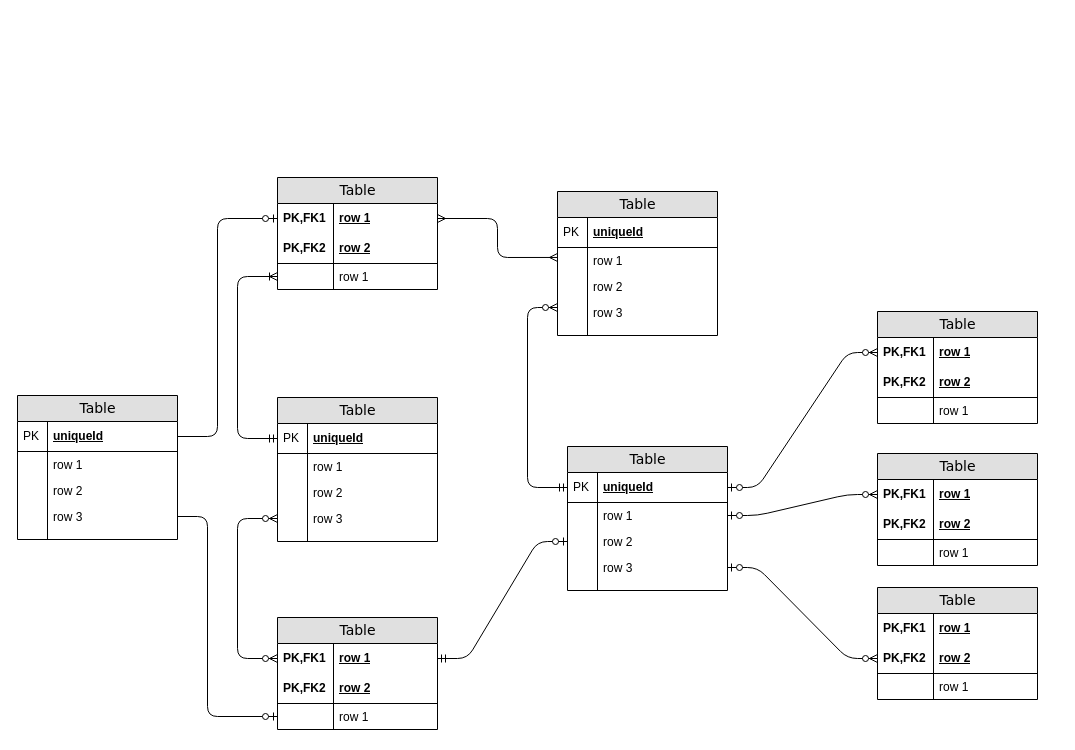
chiahxuan/chiahxuan keeps this draw.io diagram as Untitled Diagram.drawio. Above is the earlier version. Source tidied: cells renumbered, new cells numbered last; positions are measured from the earlier drawing's top-left corner, leaving out a move shared by most shapes. Both pictures are drawn from the tidied source at 100%, with x=0, y=0 at pixel (17, 177).
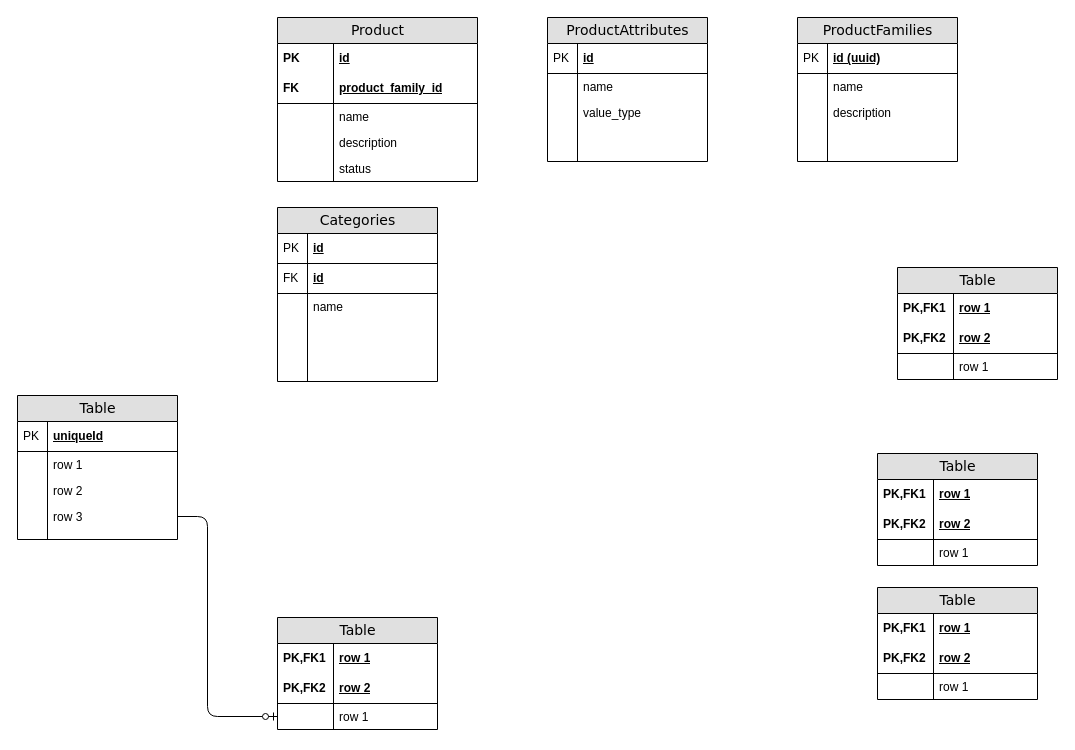
Above is the later version.

Unchanged cells that the change refers to:
```xml
<mxCell id="43" value="row 1" style="shape=partialRectangle;top=0;left=0;right=0;bottom=0;html=1;align=left;verticalAlign=middle;fillColor=none;spacingLeft=60;spacingRight=4;whiteSpace=wrap;overflow=hidden;points=[[0,0.5],[1,0.5]];portConstraint=eastwest;fontStyle=5;" parent="42" vertex="1">
  <mxGeometry y="26" width="160" height="30" as="geometry" />
</mxCell>
<mxCell id="50" value="row 1" style="shape=partialRectangle;top=0;left=0;right=0;bottom=0;html=1;align=left;verticalAlign=middle;fillColor=none;spacingLeft=60;spacingRight=4;whiteSpace=wrap;overflow=hidden;points=[[0,0.5],[1,0.5]];portConstraint=eastwest;fontStyle=5;" parent="49" vertex="1">
  <mxGeometry y="26" width="160" height="30" as="geometry" />
</mxCell>
<mxCell id="63" value="row 1" style="shape=partialRectangle;top=0;left=0;right=0;bottom=0;html=1;align=left;verticalAlign=middle;fillColor=none;spacingLeft=60;spacingRight=4;whiteSpace=wrap;overflow=hidden;points=[[0,0.5],[1,0.5]];portConstraint=eastwest;fontStyle=5;" parent="62" vertex="1">
  <mxGeometry y="26" width="160" height="30" as="geometry" />
</mxCell>
<mxCell id="72" value="row 2" style="shape=partialRectangle;top=0;left=0;right=0;bottom=1;html=1;align=left;verticalAlign=middle;fillColor=none;spacingLeft=60;spacingRight=4;whiteSpace=wrap;overflow=hidden;points=[[0,0.5],[1,0.5]];portConstraint=eastwest;fontStyle=5;" parent="69" vertex="1">
  <mxGeometry y="56" width="160" height="30" as="geometry" />
</mxCell>
<mxCell id="79" value="uniqueId" style="shape=partialRectangle;top=0;left=0;right=0;bottom=1;html=1;align=left;verticalAlign=middle;fillColor=none;spacingLeft=34;spacingRight=4;whiteSpace=wrap;overflow=hidden;points=[[0,0.5],[1,0.5]];portConstraint=eastwest;fontStyle=5;" parent="78" vertex="1">
  <mxGeometry y="26" width="160" height="30" as="geometry" />
</mxCell>
```

The edit, as a diff of the source:
```diff
@@
-    <mxCell id="2" value="Table" style="swimlane;html=1;fontStyle=0;horizontal=1;startSize=26;fillColor=#e0e0e0;swimlaneFillColor=#ffffff;align=center;rounded=0;shadow=0;comic=0;labelBackgroundColor=none;strokeWidth=1;fontFamily=Verdana;fontSize=14;" parent="1" vertex="1">
-      <mxGeometry x="260" width="160" height="112" as="geometry" />
+    <mxCell id="2" value="Product" style="swimlane;html=1;fontStyle=0;horizontal=1;startSize=26;fillColor=#e0e0e0;swimlaneFillColor=#ffffff;align=center;rounded=0;shadow=0;comic=0;labelBackgroundColor=none;strokeWidth=1;fontFamily=Verdana;fontSize=14;" parent="1" vertex="1">
+      <mxGeometry x="260" y="-160" width="200" height="164" as="geometry" />
     </mxCell>
-    <mxCell id="3" value="row 1" style="shape=partialRectangle;top=0;left=0;right=0;bottom=0;html=1;align=left;verticalAlign=middle;fillColor=none;spacingLeft=60;spacingRight=4;whiteSpace=wrap;overflow=hidden;points=[[0,0.5],[1,0.5]];portConstraint=eastwest;fontStyle=5;" parent="2" vertex="1">
-      <mxGeometry y="26" width="160" height="30" as="geometry" />
+    <mxCell id="3" value="id" style="shape=partialRectangle;top=0;left=0;right=0;bottom=0;html=1;align=left;verticalAlign=middle;fillColor=none;spacingLeft=60;spacingRight=4;whiteSpace=wrap;overflow=hidden;points=[[0,0.5],[1,0.5]];portConstraint=eastwest;fontStyle=5;" parent="2" vertex="1">
+      <mxGeometry y="26" width="200" height="30" as="geometry" />
     </mxCell>
-    <mxCell id="4" value="PK,FK1" style="shape=partialRectangle;fontStyle=1;top=0;left=0;bottom=0;html=1;fillColor=none;align=left;verticalAlign=middle;spacingLeft=4;spacingRight=4;whiteSpace=wrap;overflow=hidden;" parent="3" vertex="1">
+    <mxCell id="4" value="PK" style="shape=partialRectangle;fontStyle=1;top=0;left=0;bottom=0;html=1;fillColor=none;align=left;verticalAlign=middle;spacingLeft=4;spacingRight=4;whiteSpace=wrap;overflow=hidden;" parent="3" vertex="1">
       <mxGeometry width="56" height="30" as="geometry" />
     </mxCell>
-    <mxCell id="5" value="row 2" style="shape=partialRectangle;top=0;left=0;right=0;bottom=1;html=1;align=left;verticalAlign=middle;fillColor=none;spacingLeft=60;spacingRight=4;whiteSpace=wrap;overflow=hidden;fontStyle=5;" parent="2" vertex="1">
-      <mxGeometry y="56" width="160" height="30" as="geometry" />
+    <mxCell id="5" value="product_family_id" style="shape=partialRectangle;top=0;left=0;right=0;bottom=1;html=1;align=left;verticalAlign=middle;fillColor=none;spacingLeft=60;spacingRight=4;whiteSpace=wrap;overflow=hidden;fontStyle=5;" parent="2" vertex="1">
+      <mxGeometry y="56" width="200" height="30" as="geometry" />
     </mxCell>
-    <mxCell id="6" value="PK,FK2" style="shape=partialRectangle;fontStyle=1;top=0;left=0;bottom=0;html=1;fillColor=none;align=left;verticalAlign=middle;spacingLeft=4;spacingRight=4;whiteSpace=wrap;overflow=hidden;" parent="5" vertex="1">
+    <mxCell id="6" value="FK" style="shape=partialRectangle;fontStyle=1;top=0;left=0;bottom=0;html=1;fillColor=none;align=left;verticalAlign=middle;spacingLeft=4;spacingRight=4;whiteSpace=wrap;overflow=hidden;" parent="5" vertex="1">
       <mxGeometry width="56" height="30" as="geometry" />
     </mxCell>
-    <mxCell id="7" value="row 1" style="shape=partialRectangle;top=0;left=0;right=0;bottom=0;html=1;align=left;verticalAlign=top;fillColor=none;spacingLeft=60;spacingRight=4;whiteSpace=wrap;overflow=hidden;points=[[0,0.5],[1,0.5]];portConstraint=eastwest;" parent="2" vertex="1">
-      <mxGeometry y="86" width="160" height="26" as="geometry" />
+    <mxCell id="7" value="name" style="shape=partialRectangle;top=0;left=0;right=0;bottom=0;html=1;align=left;verticalAlign=top;fillColor=none;spacingLeft=60;spacingRight=4;whiteSpace=wrap;overflow=hidden;points=[[0,0.5],[1,0.5]];portConstraint=eastwest;" parent="2" vertex="1">
+      <mxGeometry y="86" width="200" height="26" as="geometry" />
     </mxCell>
@@
+    <mxCell id="91" value="description" style="shape=partialRectangle;top=0;left=0;right=0;bottom=0;html=1;align=left;verticalAlign=top;fillColor=none;spacingLeft=60;spacingRight=4;whiteSpace=wrap;overflow=hidden;" parent="2" vertex="1">
+      <mxGeometry y="112" width="200" height="26" as="geometry" />
+    </mxCell>
+    <mxCell id="92" style="shape=partialRectangle;top=0;left=0;bottom=0;html=1;fillColor=none;align=left;verticalAlign=top;spacingLeft=4;spacingRight=4;whiteSpace=wrap;overflow=hidden;" parent="91" vertex="1">
+      <mxGeometry width="56" height="26" as="geometry" />
+    </mxCell>
+    <mxCell id="93" value="status" style="shape=partialRectangle;top=0;left=0;right=0;bottom=0;html=1;align=left;verticalAlign=top;fillColor=none;spacingLeft=60;spacingRight=4;whiteSpace=wrap;overflow=hidden;" parent="2" vertex="1">
+      <mxGeometry y="138" width="200" height="26" as="geometry" />
+    </mxCell>
+    <mxCell id="94" style="shape=partialRectangle;top=0;left=0;bottom=0;html=1;fillColor=none;align=left;verticalAlign=top;spacingLeft=4;spacingRight=4;whiteSpace=wrap;overflow=hidden;" parent="93" vertex="1">
+      <mxGeometry width="56" height="26" as="geometry" />
+    </mxCell>
-    <mxCell id="9" value="Table" style="swimlane;html=1;fontStyle=0;horizontal=1;startSize=26;fillColor=#e0e0e0;swimlaneFillColor=#ffffff;align=center;rounded=0;shadow=0;comic=0;labelBackgroundColor=none;strokeWidth=1;fontFamily=Verdana;fontSize=14;swimlaneLine=1;" parent="1" vertex="1">
-      <mxGeometry x="540" y="14" width="160" height="144" as="geometry" />
+    <mxCell id="9" value="ProductAttributes" style="swimlane;html=1;fontStyle=0;horizontal=1;startSize=26;fillColor=#e0e0e0;swimlaneFillColor=#ffffff;align=center;rounded=0;shadow=0;comic=0;labelBackgroundColor=none;strokeWidth=1;fontFamily=Verdana;fontSize=14;swimlaneLine=1;" parent="1" vertex="1">
+      <mxGeometry x="530" y="-160" width="160" height="144" as="geometry" />
     </mxCell>
-    <mxCell id="10" value="uniqueId" style="shape=partialRectangle;top=0;left=0;right=0;bottom=1;html=1;align=left;verticalAlign=middle;fillColor=none;spacingLeft=34;spacingRight=4;whiteSpace=wrap;overflow=hidden;fontStyle=5;" parent="9" vertex="1">
+    <mxCell id="10" value="id" style="shape=partialRectangle;top=0;left=0;right=0;bottom=1;html=1;align=left;verticalAlign=middle;fillColor=none;spacingLeft=34;spacingRight=4;whiteSpace=wrap;overflow=hidden;fontStyle=5;" parent="9" vertex="1">
       <mxGeometry y="26" width="160" height="30" as="geometry" />
     </mxCell>
@@
-    <mxCell id="12" value="row 1" style="shape=partialRectangle;top=0;left=0;right=0;bottom=0;html=1;align=left;verticalAlign=top;fillColor=none;spacingLeft=34;spacingRight=4;whiteSpace=wrap;overflow=hidden;points=[[0,0.5],[1,0.5]];portConstraint=eastwest;" parent="9" vertex="1">
+    <mxCell id="12" value="name" style="shape=partialRectangle;top=0;left=0;right=0;bottom=0;html=1;align=left;verticalAlign=top;fillColor=none;spacingLeft=34;spacingRight=4;whiteSpace=wrap;overflow=hidden;points=[[0,0.5],[1,0.5]];portConstraint=eastwest;" parent="9" vertex="1">
       <mxGeometry y="56" width="160" height="26" as="geometry" />
     </mxCell>
@@
-    <mxCell id="14" value="row 2" style="shape=partialRectangle;top=0;left=0;right=0;bottom=0;html=1;align=left;verticalAlign=top;fillColor=none;spacingLeft=34;spacingRight=4;whiteSpace=wrap;overflow=hidden;" parent="9" vertex="1">
+    <mxCell id="14" value="value_type" style="shape=partialRectangle;top=0;left=0;right=0;bottom=0;html=1;align=left;verticalAlign=top;fillColor=none;spacingLeft=34;spacingRight=4;whiteSpace=wrap;overflow=hidden;" parent="9" vertex="1">
       <mxGeometry y="82" width="160" height="26" as="geometry" />
     </mxCell>
@@
-    <mxCell id="16" value="row 3" style="shape=partialRectangle;top=0;left=0;right=0;bottom=0;html=1;align=left;verticalAlign=top;fillColor=none;spacingLeft=34;spacingRight=4;whiteSpace=wrap;overflow=hidden;points=[[0,0.5],[1,0.5]];portConstraint=eastwest;" parent="9" vertex="1">
+    <mxCell id="16" style="shape=partialRectangle;top=0;left=0;right=0;bottom=0;html=1;align=left;verticalAlign=top;fillColor=none;spacingLeft=34;spacingRight=4;whiteSpace=wrap;overflow=hidden;points=[[0,0.5],[1,0.5]];portConstraint=eastwest;" parent="9" vertex="1">
       <mxGeometry y="108" width="160" height="26" as="geometry" />
     </mxCell>
@@
-    <mxCell id="20" value="Table" style="swimlane;html=1;fontStyle=0;horizontal=1;startSize=26;fillColor=#e0e0e0;swimlaneFillColor=#ffffff;align=center;rounded=0;shadow=0;comic=0;labelBackgroundColor=none;strokeWidth=1;fontFamily=Verdana;fontSize=14;" parent="1" vertex="1">
-      <mxGeometry x="260" y="220" width="160" height="144" as="geometry" />
+    <mxCell id="20" value="Categories" style="swimlane;html=1;fontStyle=0;horizontal=1;startSize=26;fillColor=#e0e0e0;swimlaneFillColor=#ffffff;align=center;rounded=0;shadow=0;comic=0;labelBackgroundColor=none;strokeWidth=1;fontFamily=Verdana;fontSize=14;" parent="1" vertex="1">
+      <mxGeometry x="260" y="30" width="160" height="174" as="geometry" />
     </mxCell>
-    <mxCell id="21" value="uniqueId" style="shape=partialRectangle;top=0;left=0;right=0;bottom=1;html=1;align=left;verticalAlign=middle;fillColor=none;spacingLeft=34;spacingRight=4;whiteSpace=wrap;overflow=hidden;points=[[0,0.5],[1,0.5]];portConstraint=eastwest;fontStyle=5;" parent="20" vertex="1">
+    <mxCell id="21" value="id" style="shape=partialRectangle;top=0;left=0;right=0;bottom=1;html=1;align=left;verticalAlign=middle;fillColor=none;spacingLeft=34;spacingRight=4;whiteSpace=wrap;overflow=hidden;points=[[0,0.5],[1,0.5]];portConstraint=eastwest;fontStyle=5;" parent="20" vertex="1">
       <mxGeometry y="26" width="160" height="30" as="geometry" />
     </mxCell>
@@
+    <mxCell id="95" value="id" style="shape=partialRectangle;top=0;left=0;right=0;bottom=1;html=1;align=left;verticalAlign=middle;fillColor=none;spacingLeft=34;spacingRight=4;whiteSpace=wrap;overflow=hidden;fontStyle=5;" parent="20" vertex="1">
+      <mxGeometry y="56" width="160" height="30" as="geometry" />
+    </mxCell>
+    <mxCell id="96" value="FK" style="shape=partialRectangle;top=0;left=0;bottom=0;html=1;fillColor=none;align=left;verticalAlign=middle;spacingLeft=4;spacingRight=4;whiteSpace=wrap;overflow=hidden;" parent="95" vertex="1">
+      <mxGeometry width="30" height="30" as="geometry" />
+    </mxCell>
-    <mxCell id="23" value="row 1" style="shape=partialRectangle;top=0;left=0;right=0;bottom=0;html=1;align=left;verticalAlign=top;fillColor=none;spacingLeft=34;spacingRight=4;whiteSpace=wrap;overflow=hidden;" parent="20" vertex="1">
-      <mxGeometry y="56" width="160" height="26" as="geometry" />
+    <mxCell id="23" value="name" style="shape=partialRectangle;top=0;left=0;right=0;bottom=0;html=1;align=left;verticalAlign=top;fillColor=none;spacingLeft=34;spacingRight=4;whiteSpace=wrap;overflow=hidden;" parent="20" vertex="1">
+      <mxGeometry y="86" width="160" height="26" as="geometry" />
     </mxCell>
@@
-    <mxCell id="25" value="row 2" style="shape=partialRectangle;top=0;left=0;right=0;bottom=0;html=1;align=left;verticalAlign=top;fillColor=none;spacingLeft=34;spacingRight=4;whiteSpace=wrap;overflow=hidden;" parent="20" vertex="1">
-      <mxGeometry y="82" width="160" height="26" as="geometry" />
+    <mxCell id="25" style="shape=partialRectangle;top=0;left=0;right=0;bottom=0;html=1;align=left;verticalAlign=top;fillColor=none;spacingLeft=34;spacingRight=4;whiteSpace=wrap;overflow=hidden;" parent="20" vertex="1">
+      <mxGeometry y="112" width="160" height="26" as="geometry" />
     </mxCell>
@@
-    <mxCell id="27" value="row 3" style="shape=partialRectangle;top=0;left=0;right=0;bottom=0;html=1;align=left;verticalAlign=top;fillColor=none;spacingLeft=34;spacingRight=4;whiteSpace=wrap;overflow=hidden;points=[[0,0.5],[1,0.5]];portConstraint=eastwest;" parent="20" vertex="1">
-      <mxGeometry y="108" width="160" height="26" as="geometry" />
+    <mxCell id="27" style="shape=partialRectangle;top=0;left=0;right=0;bottom=0;html=1;align=left;verticalAlign=top;fillColor=none;spacingLeft=34;spacingRight=4;whiteSpace=wrap;overflow=hidden;points=[[0,0.5],[1,0.5]];portConstraint=eastwest;" parent="20" vertex="1">
+      <mxGeometry y="138" width="160" height="26" as="geometry" />
     </mxCell>
@@
     <mxCell id="29" style="shape=partialRectangle;top=0;left=0;right=0;bottom=0;html=1;align=left;verticalAlign=top;fillColor=none;spacingLeft=34;spacingRight=4;whiteSpace=wrap;overflow=hidden;" parent="20" vertex="1">
-      <mxGeometry y="134" width="160" height="10" as="geometry" />
+      <mxGeometry y="164" width="160" height="10" as="geometry" />
     </mxCell>
@@
-    <mxCell id="31" value="Table" style="swimlane;html=1;fontStyle=0;horizontal=1;startSize=26;fillColor=#e0e0e0;swimlaneFillColor=#ffffff;align=center;rounded=0;shadow=0;comic=0;labelBackgroundColor=none;strokeWidth=1;fontFamily=Verdana;fontSize=14;" parent="1" vertex="1">
-      <mxGeometry x="550" y="269" width="160" height="144" as="geometry" />
+    <mxCell id="31" value="ProductFamilies" style="swimlane;html=1;fontStyle=0;horizontal=1;startSize=26;fillColor=#e0e0e0;swimlaneFillColor=#ffffff;align=center;rounded=0;shadow=0;comic=0;labelBackgroundColor=none;strokeWidth=1;fontFamily=Verdana;fontSize=14;" parent="1" vertex="1">
+      <mxGeometry x="780" y="-160" width="160" height="144" as="geometry" />
     </mxCell>
-    <mxCell id="32" value="uniqueId" style="shape=partialRectangle;top=0;left=0;right=0;bottom=1;html=1;align=left;verticalAlign=middle;fillColor=none;spacingLeft=34;spacingRight=4;whiteSpace=wrap;overflow=hidden;points=[[0,0.5],[1,0.5]];portConstraint=eastwest;fontStyle=5;" parent="31" vertex="1">
+    <mxCell id="32" value="id (uuid)" style="shape=partialRectangle;top=0;left=0;right=0;bottom=1;html=1;align=left;verticalAlign=middle;fillColor=none;spacingLeft=34;spacingRight=4;whiteSpace=wrap;overflow=hidden;points=[[0,0.5],[1,0.5]];portConstraint=eastwest;fontStyle=5;" parent="31" vertex="1">
       <mxGeometry y="26" width="160" height="30" as="geometry" />
     </mxCell>
@@
-    <mxCell id="34" value="row 1" style="shape=partialRectangle;top=0;left=0;right=0;bottom=0;html=1;align=left;verticalAlign=top;fillColor=none;spacingLeft=34;spacingRight=4;whiteSpace=wrap;overflow=hidden;points=[[0,0.5],[1,0.5]];portConstraint=eastwest;" parent="31" vertex="1">
+    <mxCell id="34" value="name" style="shape=partialRectangle;top=0;left=0;right=0;bottom=0;html=1;align=left;verticalAlign=top;fillColor=none;spacingLeft=34;spacingRight=4;whiteSpace=wrap;overflow=hidden;points=[[0,0.5],[1,0.5]];portConstraint=eastwest;" parent="31" vertex="1">
       <mxGeometry y="56" width="160" height="26" as="geometry" />
     </mxCell>
@@
-    <mxCell id="36" value="row 2" style="shape=partialRectangle;top=0;left=0;right=0;bottom=0;html=1;align=left;verticalAlign=top;fillColor=none;spacingLeft=34;spacingRight=4;whiteSpace=wrap;overflow=hidden;points=[[0,0.5],[1,0.5]];portConstraint=eastwest;" parent="31" vertex="1">
+    <mxCell id="36" value="description" style="shape=partialRectangle;top=0;left=0;right=0;bottom=0;html=1;align=left;verticalAlign=top;fillColor=none;spacingLeft=34;spacingRight=4;whiteSpace=wrap;overflow=hidden;points=[[0,0.5],[1,0.5]];portConstraint=eastwest;" parent="31" vertex="1">
       <mxGeometry y="82" width="160" height="26" as="geometry" />
     </mxCell>
@@
-    <mxCell id="38" value="row 3" style="shape=partialRectangle;top=0;left=0;right=0;bottom=0;html=1;align=left;verticalAlign=top;fillColor=none;spacingLeft=34;spacingRight=4;whiteSpace=wrap;overflow=hidden;points=[[0,0.5],[1,0.5]];portConstraint=eastwest;" parent="31" vertex="1">
+    <mxCell id="38" style="shape=partialRectangle;top=0;left=0;right=0;bottom=0;html=1;align=left;verticalAlign=top;fillColor=none;spacingLeft=34;spacingRight=4;whiteSpace=wrap;overflow=hidden;points=[[0,0.5],[1,0.5]];portConstraint=eastwest;" parent="31" vertex="1">
       <mxGeometry y="108" width="160" height="26" as="geometry" />
     </mxCell>
@@
     <mxCell id="42" value="Table" style="swimlane;html=1;fontStyle=0;horizontal=1;startSize=26;fillColor=#e0e0e0;swimlaneFillColor=#ffffff;align=center;rounded=0;shadow=0;comic=0;labelBackgroundColor=none;strokeWidth=1;fontFamily=Verdana;fontSize=14;" parent="1" vertex="1">
-      <mxGeometry x="860" y="134" width="160" height="112" as="geometry" />
+      <mxGeometry x="880" y="90" width="160" height="112" as="geometry" />
     </mxCell>
@@
-    <mxCell id="56" style="edgeStyle=orthogonalEdgeStyle;html=1;endArrow=ERoneToMany;startArrow=ERmandOne;labelBackgroundColor=none;fontFamily=Verdana;fontSize=14;entryX=0;entryY=0.5;exitX=0;exitY=0.5;" parent="1" edge="1" source="21" target="7">
-      <mxGeometry relative="1" as="geometry">
-        <Array as="points">
-          <mxPoint x="220" y="261" />
-          <mxPoint x="220" y="99" />
-        </Array>
-      </mxGeometry>
-    </mxCell>
-    <mxCell id="57" style="edgeStyle=orthogonalEdgeStyle;html=1;endArrow=ERzeroToMany;endFill=1;startArrow=ERzeroToMany;labelBackgroundColor=none;fontFamily=Verdana;fontSize=14;entryX=0;entryY=0.5;exitX=0;exitY=0.5;" parent="1" edge="1" source="50" target="27">
-      <mxGeometry relative="1" as="geometry">
-        <Array as="points">
-          <mxPoint x="220" y="481" />
-          <mxPoint x="220" y="341" />
-        </Array>
-      </mxGeometry>
-    </mxCell>
-    <mxCell id="58" style="edgeStyle=orthogonalEdgeStyle;html=1;endArrow=ERmany;startArrow=ERmany;labelBackgroundColor=none;fontFamily=Verdana;fontSize=14;entryX=1;entryY=0.5;exitX=0;exitY=0.383;exitPerimeter=0;" parent="1" edge="1" source="12" target="3">
-      <mxGeometry relative="1" as="geometry">
-        <Array as="points">
-          <mxPoint x="480" y="80" />
-          <mxPoint x="480" y="41" />
-        </Array>
-      </mxGeometry>
-    </mxCell>
-    <mxCell id="59" style="edgeStyle=orthogonalEdgeStyle;html=1;endArrow=ERzeroToMany;startArrow=ERmandOne;labelBackgroundColor=none;fontFamily=Verdana;fontSize=14;entryX=0;entryY=0.308;entryPerimeter=0;exitX=0;exitY=0.5;" parent="1" edge="1" source="32" target="16">
-      <mxGeometry relative="1" as="geometry">
-        <Array as="points">
-          <mxPoint x="510" y="310" />
-          <mxPoint x="510" y="130" />
-        </Array>
-      </mxGeometry>
-    </mxCell>
-    <mxCell id="60" style="edgeStyle=entityRelationEdgeStyle;html=1;endArrow=ERzeroToOne;startArrow=ERmandOne;labelBackgroundColor=none;fontFamily=Verdana;fontSize=14;exitX=1;exitY=0.5;entryX=0;entryY=0.5;" parent="1" edge="1" source="50" target="36">
-      <mxGeometry relative="1" as="geometry" />
-    </mxCell>
-    <mxCell id="61" style="edgeStyle=entityRelationEdgeStyle;html=1;endArrow=ERzeroToMany;startArrow=ERzeroToOne;labelBackgroundColor=none;fontFamily=Verdana;fontSize=14;entryX=0;entryY=0.5;exitX=1;exitY=0.5;" parent="1" edge="1" source="32" target="43">
-      <mxGeometry relative="1" as="geometry" />
-    </mxCell>
@@
-    <mxCell id="76" style="edgeStyle=entityRelationEdgeStyle;html=1;endArrow=ERzeroToMany;startArrow=ERzeroToOne;labelBackgroundColor=none;fontFamily=Verdana;fontSize=14;entryX=0;entryY=0.5;exitX=1;exitY=0.5;" parent="1" edge="1" source="34" target="63">
-      <mxGeometry relative="1" as="geometry" />
-    </mxCell>
-    <mxCell id="77" style="edgeStyle=entityRelationEdgeStyle;html=1;endArrow=ERzeroToMany;startArrow=ERzeroToOne;labelBackgroundColor=none;fontFamily=Verdana;fontSize=14;entryX=0;entryY=0.5;exitX=1;exitY=0.5;" parent="1" edge="1" source="38" target="72">
-      <mxGeometry relative="1" as="geometry" />
-    </mxCell>
@@
-    <mxCell id="89" style="edgeStyle=orthogonalEdgeStyle;html=1;endArrow=ERzeroToOne;endFill=1;labelBackgroundColor=none;fontFamily=Verdana;fontSize=14;entryX=0;entryY=0.5;exitX=1;exitY=0.5;" parent="1" edge="1" source="79" target="3">
-      <mxGeometry relative="1" as="geometry">
-        <Array as="points">
-          <mxPoint x="200" y="259" />
-          <mxPoint x="200" y="41" />
-        </Array>
-      </mxGeometry>
-    </mxCell>
```
